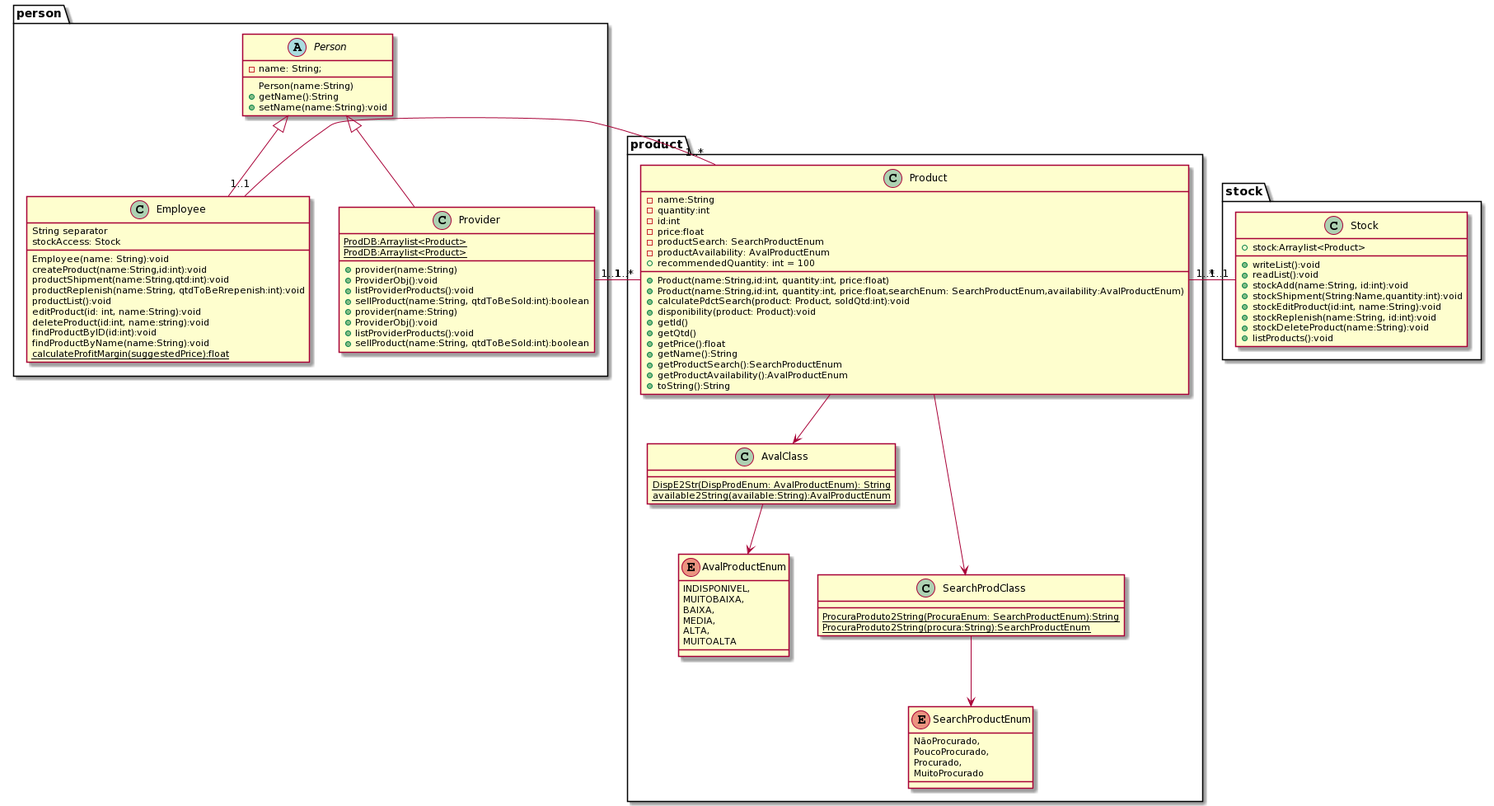
Earlier version of the PlantUML export img/diagramaUML.png (larasouzabr/StockControlSystemPOO).
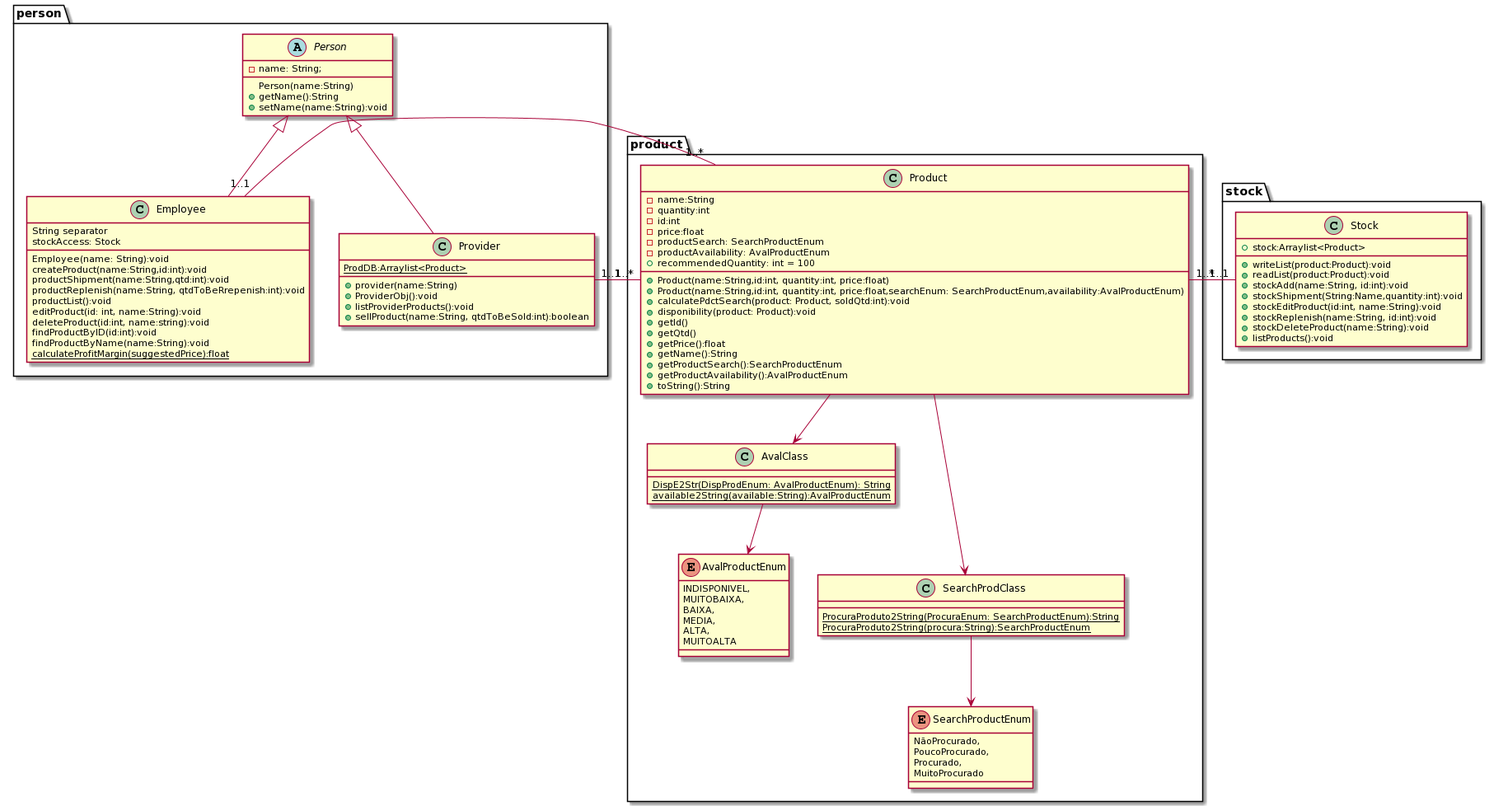
Above is the later version.

Commit message:
added uml diagram

What changed in the source:
```diff
@@ -67,18 +67,10 @@
 +toString():String
 }
 
-class Provider{
-{static}ProdDB:Arraylist<Product>
-+provider(name:String)
-+ProviderObj():void
-+listProviderProducts():void
-+sellProduct(name:String, qtdToBeSold:int):boolean
-}
-
 class Stock{
++writeList(product:Product):void
++readList(product:Product):void
 +stock:Arraylist<Product>
-+writeList():void
-+readList():void
 +stockAdd(name:String, id:int):void
 +stockShipment(String:Name,quantity:int):void
 +stockEditProduct(id:int, name:String):void
```
